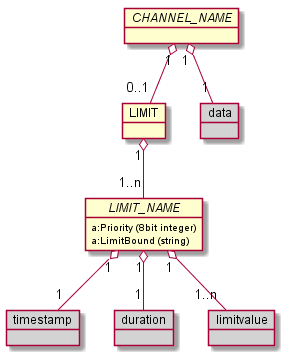
This is images/generated/Limit_overview.png from OpenRailAssociation/rcm-dx, a PlantUML export, as it was before one commit. The source it was exported from:
```plantuml
@startuml Limit_overview

  object LIMIT

  object "//CHANNEL_NAME//" as channel_name

  object data #LightGray
  object timestamp #LightGray
  object duration #LightGray
  object limitvalue #LightGray

  object "//LIMIT_NAME//" as limit_name {
    a:Priority (8bit integer)
    a:LimitBound (string)
  }

  channel_name "1" o-- "1" data
  channel_name "1" o-- "0..1" LIMIT
  LIMIT "1" o-- "1..n" limit_name
  limit_name "1" o-- "1" timestamp
  limit_name "1" o-- "1" duration
  limit_name "1" o-- "1..n" limitvalue

@enduml
```
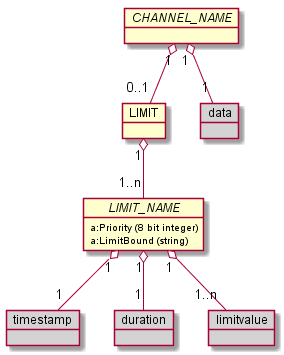
Later version of the same file.

Change to the diagram source:
```diff
@@ -10,7 +10,7 @@
   object limitvalue #LightGray
 
   object "//LIMIT_NAME//" as limit_name {
-    a:Priority (8bit integer)
+    a:Priority (8 bit integer)
     a:LimitBound (string)
   }
 
```
